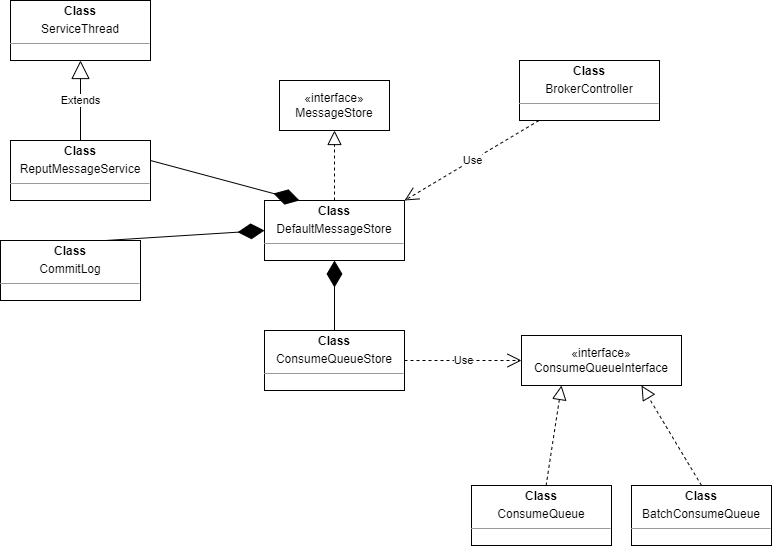
chenjinkai/drawstorage keeps this draw.io diagram as RocketMQ-文件操作相关类.drawio.png. Above is the earlier version. Source tidied: cells renumbered, new cells last; positions are measured from the earlier drawing's top-left corner, leaving out a move shared by most shapes.
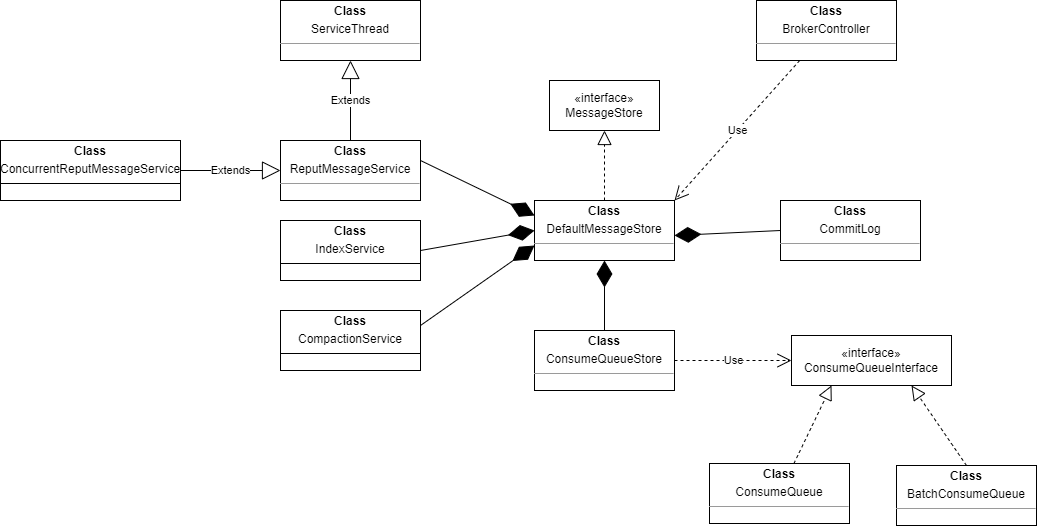
The same diagram one commit later.

Commit message:
更新RocketMQ-文件操作相关类.drawio.png

The edit, as a diff of the source:
```diff
@@ -14,7 +14,7 @@
       <mxGeometry x="264" y="200" width="140" height="60" as="geometry" />
     </mxCell>
     <mxCell id="5" value="&lt;p style=&quot;margin:0px;margin-top:4px;text-align:center;&quot;&gt;&lt;b&gt;Class&lt;/b&gt;&lt;/p&gt;&lt;p style=&quot;margin:0px;margin-top:4px;text-align:center;&quot;&gt;CommitLog&lt;/p&gt;&lt;hr size=&quot;1&quot;&gt;&lt;div style=&quot;height:2px;&quot;&gt;&lt;/div&gt;" style="verticalAlign=top;align=left;overflow=fill;html=1;whiteSpace=wrap;" parent="1" vertex="1">
-      <mxGeometry y="240" width="140" height="60" as="geometry" />
+      <mxGeometry x="510" y="200" width="140" height="60" as="geometry" />
     </mxCell>
     <mxCell id="6" value="&lt;p style=&quot;margin:0px;margin-top:4px;text-align:center;&quot;&gt;&lt;b&gt;Class&lt;/b&gt;&lt;/p&gt;&lt;p style=&quot;margin:0px;margin-top:4px;text-align:center;&quot;&gt;ConsumeQueueStore&lt;/p&gt;&lt;hr size=&quot;1&quot;&gt;&lt;div style=&quot;height:2px;&quot;&gt;&lt;/div&gt;" style="verticalAlign=top;align=left;overflow=fill;html=1;whiteSpace=wrap;" parent="1" vertex="1">
       <mxGeometry x="264" y="330" width="140" height="60" as="geometry" />
@@ -26,10 +26,10 @@
       <mxGeometry relative="1" as="geometry" />
     </mxCell>
     <mxCell id="9" value="&lt;p style=&quot;margin:0px;margin-top:4px;text-align:center;&quot;&gt;&lt;b&gt;Class&lt;/b&gt;&lt;/p&gt;&lt;p style=&quot;margin:0px;margin-top:4px;text-align:center;&quot;&gt;ConsumeQueue&lt;/p&gt;&lt;hr size=&quot;1&quot;&gt;&lt;div style=&quot;height:2px;&quot;&gt;&lt;/div&gt;&lt;div style=&quot;height:2px;&quot;&gt;&lt;br&gt;&lt;/div&gt;" style="verticalAlign=top;align=left;overflow=fill;html=1;whiteSpace=wrap;" parent="1" vertex="1">
-      <mxGeometry x="471" y="485" width="140" height="60" as="geometry" />
+      <mxGeometry x="439" y="463" width="140" height="60" as="geometry" />
     </mxCell>
     <mxCell id="10" value="&lt;p style=&quot;margin:0px;margin-top:4px;text-align:center;&quot;&gt;&lt;b&gt;Class&lt;/b&gt;&lt;/p&gt;&lt;p style=&quot;margin:0px;margin-top:4px;text-align:center;&quot;&gt;BatchConsumeQueue&lt;/p&gt;&lt;hr size=&quot;1&quot;&gt;&lt;div style=&quot;height:2px;&quot;&gt;&lt;/div&gt;" style="verticalAlign=top;align=left;overflow=fill;html=1;whiteSpace=wrap;" parent="1" vertex="1">
-      <mxGeometry x="631" y="485" width="140" height="60" as="geometry" />
+      <mxGeometry x="626" y="465" width="140" height="60" as="geometry" />
     </mxCell>
     <mxCell id="11" style="endArrow=block;dashed=1;endFill=0;endSize=12;html=1;rounded=0;entryX=0.25;entryY=1;entryDx=0;entryDy=0;" parent="1" edge="1" source="9" target="7">
       <mxGeometry relative="1" as="geometry" />
@@ -38,7 +38,7 @@
       <mxGeometry relative="1" as="geometry" />
     </mxCell>
     <mxCell id="13" value="&lt;p style=&quot;margin:0px;margin-top:4px;text-align:center;&quot;&gt;&lt;b&gt;Class&lt;/b&gt;&lt;/p&gt;&lt;p style=&quot;margin:0px;margin-top:4px;text-align:center;&quot;&gt;BrokerController&lt;/p&gt;&lt;hr size=&quot;1&quot;&gt;&lt;div style=&quot;height:2px;&quot;&gt;&lt;/div&gt;" style="verticalAlign=top;align=left;overflow=fill;html=1;whiteSpace=wrap;" parent="1" vertex="1">
-      <mxGeometry x="519" y="60" width="140" height="60" as="geometry" />
+      <mxGeometry x="486" width="140" height="60" as="geometry" />
     </mxCell>
     <mxCell id="14" value="Use" style="endArrow=open;endSize=12;dashed=1;html=1;rounded=0;entryX=1;entryY=0;entryDx=0;entryDy=0;" parent="1" edge="1" source="13" target="4">
       <mxGeometry relative="1" as="geometry" />
@@ -52,16 +52,36 @@
     <mxCell id="17" value="Extends" style="endArrow=block;endSize=16;endFill=0;html=1;rounded=0;entryX=0.5;entryY=1;entryDx=0;entryDy=0;" parent="1" edge="1" source="16" target="15">
       <mxGeometry relative="1" as="geometry" />
     </mxCell>
-    <mxCell id="18" style="endArrow=diamondThin;endFill=1;endSize=24;html=1;rounded=0;entryX=0.25;entryY=0;entryDx=0;entryDy=0;" parent="1" edge="1" target="4">
+    <mxCell id="18" style="endArrow=diamondThin;endFill=1;endSize=24;html=1;rounded=0;entryX=0;entryY=0.25;entryDx=0;entryDy=0;" parent="1" edge="1" target="4">
       <mxGeometry relative="1" as="geometry">
         <mxPoint x="150" y="160" as="sourcePoint" />
       </mxGeometry>
     </mxCell>
-    <mxCell id="19" style="endArrow=diamondThin;endFill=1;endSize=24;html=1;rounded=0;entryX=0;entryY=0.5;entryDx=0;entryDy=0;exitX=0.75;exitY=0;exitDx=0;exitDy=0;" parent="1" edge="1" source="5" target="4">
-      <mxGeometry relative="1" as="geometry" />
+    <mxCell id="19" style="endArrow=diamondThin;endFill=1;endSize=24;html=1;rounded=0;entryX=0;entryY=0.5;entryDx=0;entryDy=0;exitX=0;exitY=0.5;exitDx=0;exitDy=0;" parent="1" edge="1" source="5">
+      <mxGeometry relative="1" as="geometry">
+        <mxPoint x="404" y="235" as="targetPoint" />
+      </mxGeometry>
     </mxCell>
     <mxCell id="20" style="endArrow=diamondThin;endFill=1;endSize=24;html=1;rounded=0;exitX=0.5;exitY=0;exitDx=0;exitDy=0;" parent="1" edge="1" source="6" target="4">
       <mxGeometry relative="1" as="geometry" />
     </mxCell>
+    <mxCell id="21" value="&lt;p style=&quot;margin:0px;margin-top:4px;text-align:center;&quot;&gt;&lt;b&gt;Class&lt;/b&gt;&lt;/p&gt;&lt;p style=&quot;margin:0px;margin-top:4px;text-align:center;&quot;&gt;IndexService&lt;/p&gt;&lt;hr size=&quot;1&quot; style=&quot;border-style:solid;&quot;&gt;&lt;div style=&quot;height:2px;&quot;&gt;&lt;/div&gt;" style="verticalAlign=top;align=left;overflow=fill;html=1;whiteSpace=wrap;" parent="1" vertex="1">
+      <mxGeometry x="10" y="220" width="140" height="60" as="geometry" />
+    </mxCell>
+    <mxCell id="22" value="&lt;p style=&quot;margin:0px;margin-top:4px;text-align:center;&quot;&gt;&lt;b&gt;Class&lt;/b&gt;&lt;/p&gt;&lt;p style=&quot;margin:0px;margin-top:4px;text-align:center;&quot;&gt;ConcurrentReputMessageService&lt;/p&gt;&lt;hr size=&quot;1&quot; style=&quot;border-style:solid;&quot;&gt;&lt;div style=&quot;height:2px;&quot;&gt;&lt;/div&gt;" style="verticalAlign=top;align=left;overflow=fill;html=1;whiteSpace=wrap;" parent="1" vertex="1">
+      <mxGeometry x="-270" y="140" width="180" height="60" as="geometry" />
+    </mxCell>
+    <mxCell id="23" value="Extends" style="endArrow=block;endSize=16;endFill=0;html=1;rounded=0;exitX=1;exitY=0.5;exitDx=0;exitDy=0;entryX=0;entryY=0.5;entryDx=0;entryDy=0;" parent="1" edge="1" source="22" target="16">
+      <mxGeometry relative="1" as="geometry" />
+    </mxCell>
+    <mxCell id="24" style="endArrow=diamondThin;endFill=1;endSize=24;html=1;rounded=0;entryX=0;entryY=0.5;entryDx=0;entryDy=0;exitX=1;exitY=0.5;exitDx=0;exitDy=0;" parent="1" edge="1" source="21" target="4">
+      <mxGeometry relative="1" as="geometry" />
+    </mxCell>
+    <mxCell id="25" value="&lt;p style=&quot;margin:0px;margin-top:4px;text-align:center;&quot;&gt;&lt;b&gt;Class&lt;/b&gt;&lt;/p&gt;&lt;p style=&quot;margin:0px;margin-top:4px;text-align:center;&quot;&gt;CompactionService&lt;/p&gt;&lt;hr size=&quot;1&quot; style=&quot;border-style:solid;&quot;&gt;&lt;div style=&quot;height:2px;&quot;&gt;&lt;/div&gt;" style="verticalAlign=top;align=left;overflow=fill;html=1;whiteSpace=wrap;" parent="1" vertex="1">
+      <mxGeometry x="10" y="310" width="140" height="60" as="geometry" />
+    </mxCell>
+    <mxCell id="26" style="endArrow=diamondThin;endFill=1;endSize=24;html=1;rounded=0;entryX=0;entryY=0.75;entryDx=0;entryDy=0;exitX=1;exitY=0.25;exitDx=0;exitDy=0;" parent="1" edge="1" source="25" target="4">
+      <mxGeometry relative="1" as="geometry" />
+    </mxCell>
   </root>
 </mxGraphModel>
```
